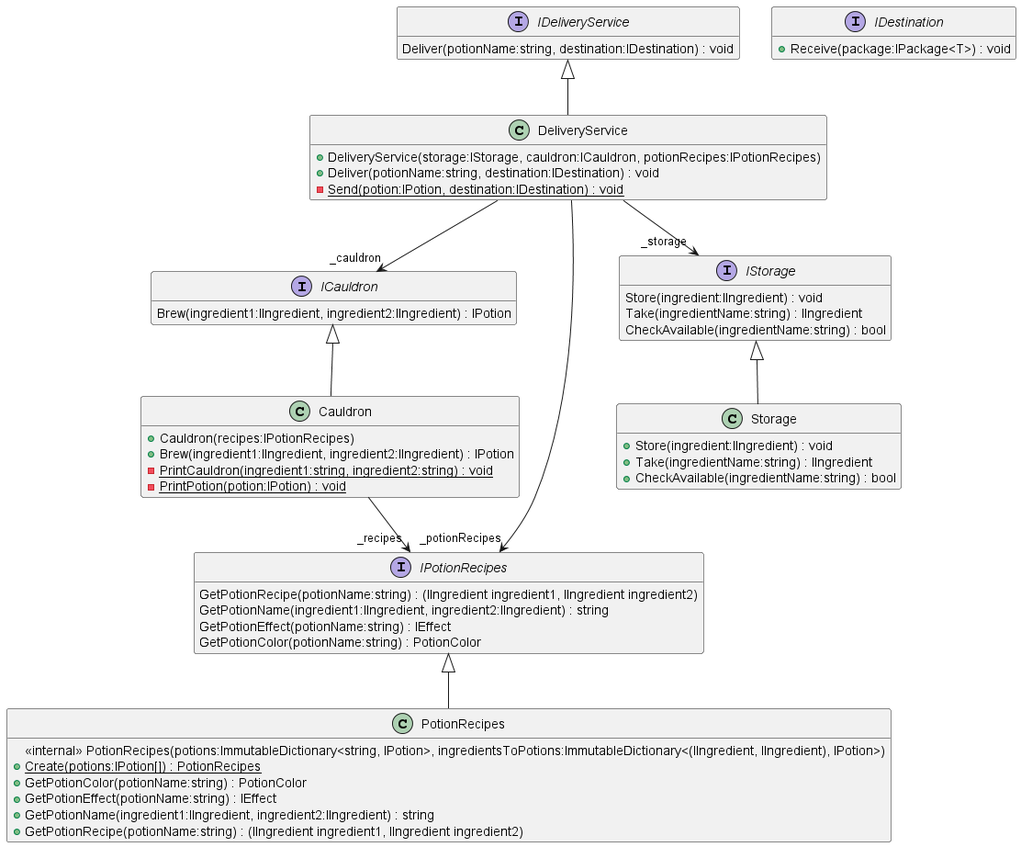
Above: examples/PotionDeliveryService/PotionDeliveryService/plantuml/Services.png in Twizzar/Twizzar (PlantUML), before the change. Its diagram source:
```plantuml
@startuml Services
hide empty members

!include .\\PotionDeliveryService\Cauldron.puml
!include .\\PotionDeliveryService\DeliveryService.puml
!include .\\PotionDeliveryService\PotionRecipes.puml
!include .\\PotionDeliveryService\Storage.puml
!include .\\PotionDeliveryService\Interfaces\ICauldron.puml
!include .\\PotionDeliveryService\Interfaces\IDeliveryService.puml
!include .\\PotionDeliveryService\Interfaces\IPotionRecipes.puml
!include .\\PotionDeliveryService\Interfaces\IStorage.puml
!include .\\PotionDeliveryService\Interfaces\IDestination.puml
@enduml
```
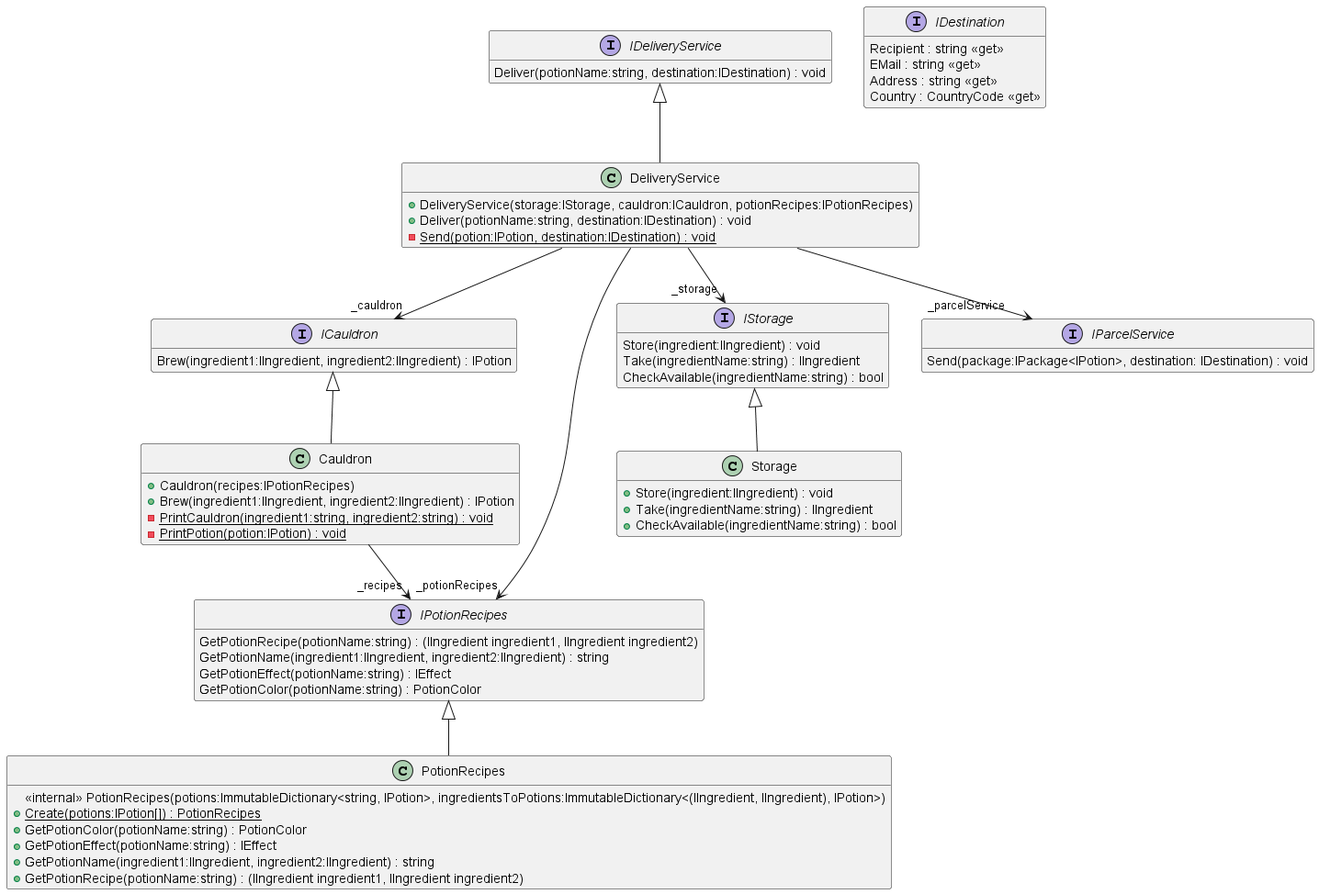
The same diagram one commit later.

The edit, as a diff of the source:
```diff
@@ -10,4 +10,5 @@
 !include .\\PotionDeliveryService\Interfaces\IPotionRecipes.puml
 !include .\\PotionDeliveryService\Interfaces\IStorage.puml
 !include .\\PotionDeliveryService\Interfaces\IDestination.puml
+!include .\\PotionDeliveryService\Interfaces\IParcelService.puml
 @enduml
```
